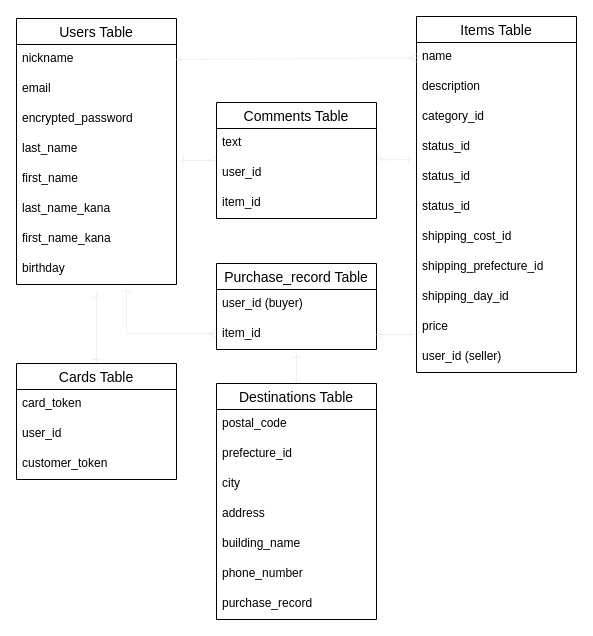
The draw.io diagram ER.dio in mika21m/furima-37161, before the edit. Source tidied: cells renumbered, new cells numbered last; positions are measured from the earlier drawing's top-left corner, leaving out a move shared by most shapes. Both pictures are drawn from the tidied source at 100%, with x=0, y=0 at pixel (16, 16).
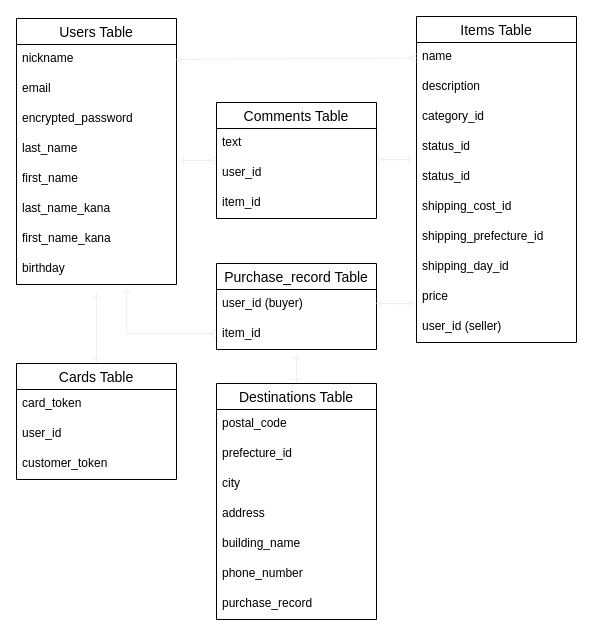
Above is the later version.

Commit message:
データベース設計修正4

The change refers to these unchanged cells:
```xml
<mxCell id="48" value="item_id&#10;" style="text;strokeColor=none;fillColor=none;spacingLeft=4;spacingRight=4;overflow=hidden;points=[[0,0.5],[1,0.5]];portConstraint=eastwest;fontSize=12;" parent="46" vertex="1">
  <mxGeometry y="56" width="160" height="30" as="geometry" />
</mxCell>
```

The edit, as a diff of the source:
```diff
@@
     <mxCell id="11" value="Items Table" style="swimlane;fontStyle=0;horizontal=1;startSize=26;align=center;fontSize=14;" parent="1" vertex="1">
-      <mxGeometry x="400" width="160" height="356" as="geometry" />
+      <mxGeometry x="400" width="160" height="326" as="geometry" />
     </mxCell>
@@
-    <mxCell id="16" value="status_id" style="text;strokeColor=none;fillColor=none;spacingLeft=4;spacingRight=4;overflow=hidden;fontSize=12;" parent="11" vertex="1">
-      <mxGeometry y="146" width="160" height="30" as="geometry" />
-    </mxCell>
     <mxCell id="17" value="status_id" style="text;strokeColor=none;fillColor=none;spacingLeft=4;spacingRight=4;overflow=hidden;fontSize=12;" parent="11" vertex="1">
-      <mxGeometry y="176" width="160" height="30" as="geometry" />
+      <mxGeometry y="146" width="160" height="30" as="geometry" />
     </mxCell>
     <mxCell id="18" value="shipping_cost_id" style="text;strokeColor=none;fillColor=none;spacingLeft=4;spacingRight=4;overflow=hidden;fontSize=12;" parent="11" vertex="1">
-      <mxGeometry y="206" width="160" height="30" as="geometry" />
+      <mxGeometry y="176" width="160" height="30" as="geometry" />
     </mxCell>
     <mxCell id="19" value="shipping_prefecture_id" style="text;strokeColor=none;fillColor=none;spacingLeft=4;spacingRight=4;overflow=hidden;fontSize=12;" parent="11" vertex="1">
-      <mxGeometry y="236" width="160" height="30" as="geometry" />
+      <mxGeometry y="206" width="160" height="30" as="geometry" />
     </mxCell>
     <mxCell id="20" value="shipping_day_id" style="text;strokeColor=none;fillColor=none;spacingLeft=4;spacingRight=4;overflow=hidden;fontSize=12;" parent="11" vertex="1">
-      <mxGeometry y="266" width="160" height="30" as="geometry" />
+      <mxGeometry y="236" width="160" height="30" as="geometry" />
     </mxCell>
     <mxCell id="21" value="price" style="text;strokeColor=none;fillColor=none;spacingLeft=4;spacingRight=4;overflow=hidden;points=[[0,0.5],[1,0.5]];portConstraint=eastwest;fontSize=12;" parent="11" vertex="1">
-      <mxGeometry y="296" width="160" height="30" as="geometry" />
+      <mxGeometry y="266" width="160" height="30" as="geometry" />
     </mxCell>
     <mxCell id="22" value="user_id (seller)" style="text;strokeColor=none;fillColor=none;spacingLeft=4;spacingRight=4;overflow=hidden;fontSize=12;" parent="11" vertex="1">
-      <mxGeometry y="326" width="160" height="30" as="geometry" />
+      <mxGeometry y="296" width="160" height="30" as="geometry" />
     </mxCell>
@@
-    <mxCell id="49" style="edgeStyle=orthogonalEdgeStyle;rounded=0;jettySize=auto;html=1;exitX=1;exitY=0.5;exitDx=0;exitDy=0;entryX=-0.012;entryY=0.706;entryDx=0;entryDy=0;entryPerimeter=0;shadow=0;startArrow=ERone;startFill=0;endArrow=ERone;endFill=0;strokeColor=#f0f0f0;" parent="1" edge="1" source="48" target="21">
-      <mxGeometry relative="1" as="geometry" />
+    <mxCell id="49" style="edgeStyle=orthogonalEdgeStyle;rounded=0;jettySize=auto;html=1;entryX=-0.012;entryY=0.706;entryDx=0;entryDy=0;entryPerimeter=0;shadow=0;startArrow=ERone;startFill=0;endArrow=ERone;endFill=0;strokeColor=#f0f0f0;" parent="1" edge="1" target="21">
+      <mxGeometry relative="1" as="geometry">
+        <mxPoint x="360" y="287" as="sourcePoint" />
+        <Array as="points">
+          <mxPoint x="360" y="287" />
+        </Array>
+      </mxGeometry>
     </mxCell>
```
